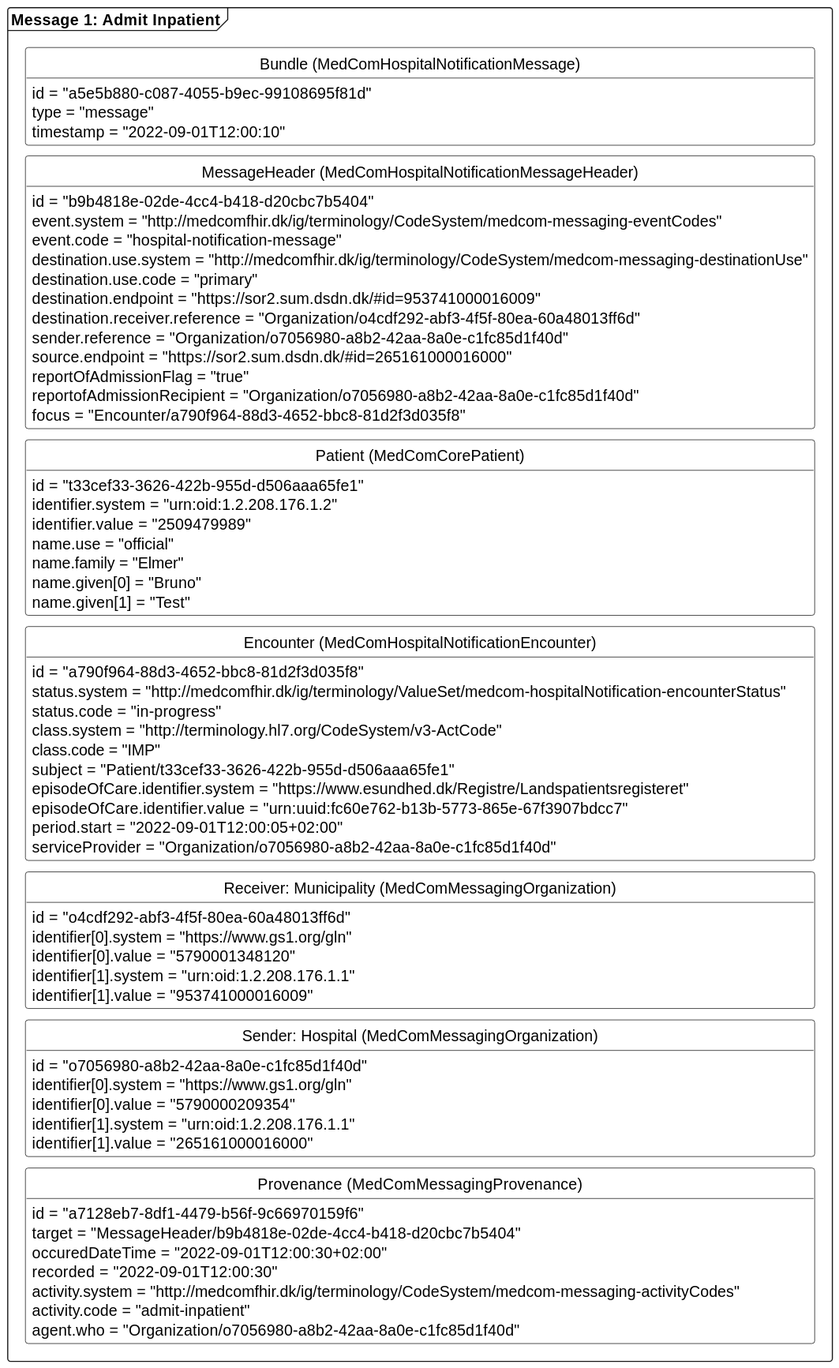
The PlantUML diagram docs/assets/images/HNAdmitInPat.svg in medcomdk/dk-medcom-hospitalnotification, before a commit.
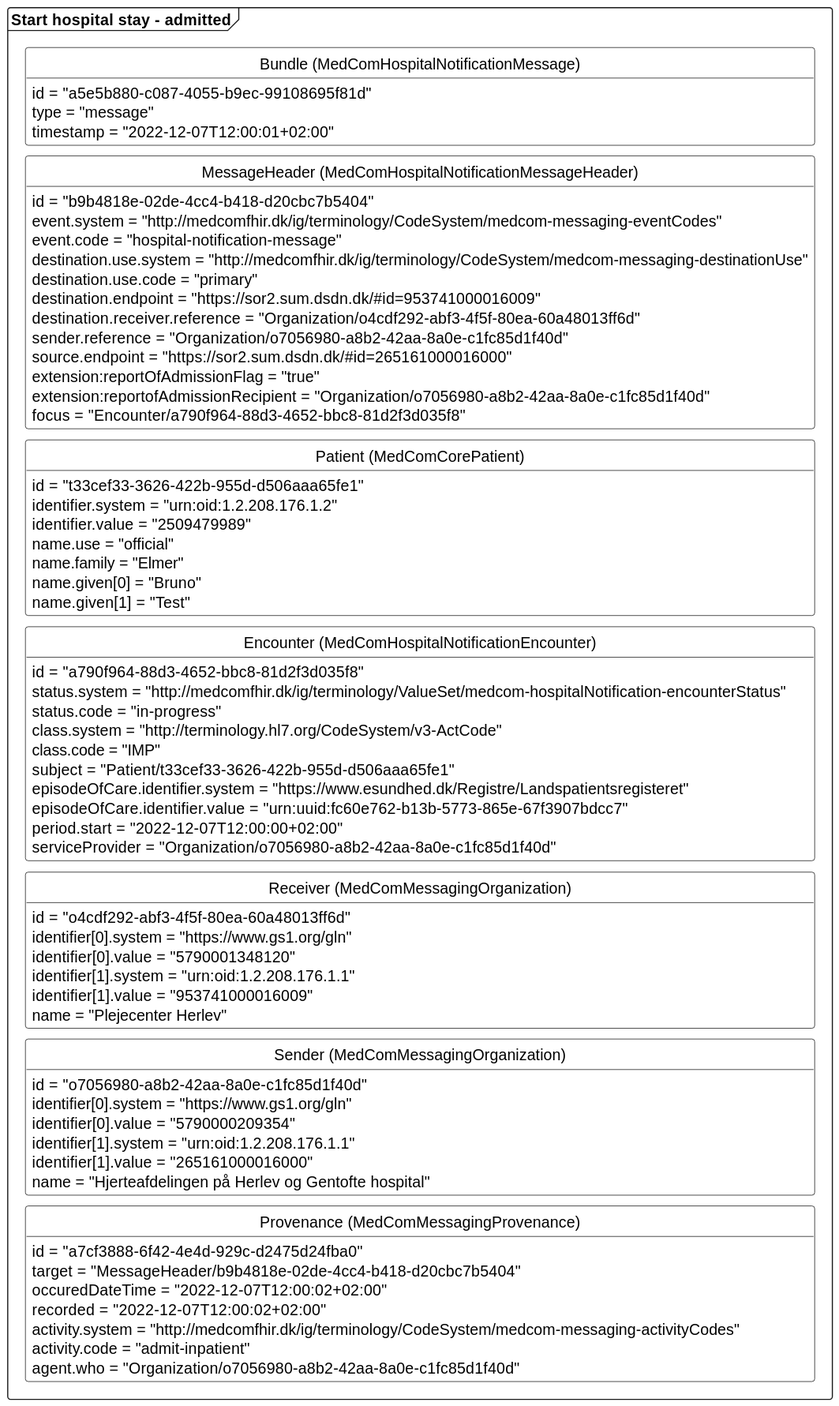
Later version of the same file.

Change to the diagram source:
```diff
@@ -10,11 +10,11 @@
 skinparam SameClassWidth true
 skinparam Ranksep 10
 
-package "Message 1: Admit Inpatient" as admit <<Frame>>{
-     class "Bundle (MedComHospitalNotificationMessage)" as admitB{
+package "Start hospital stay - admitted" as admit <<Frame>>{
+    class "Bundle (MedComHospitalNotificationMessage)" as admitB{
         id = "a5e5b880-c087-4055-b9ec-99108695f81d"
         type = "message"
-        timestamp = "2022-09-01T12:00:10"
+        timestamp = "2022-12-07T12:00:01+02:00"
     }
     class "MessageHeader (MedComHospitalNotificationMessageHeader)" as admitMH{
         id = "b9b4818e-02de-4cc4-b418-d20cbc7b5404"
@@ -26,8 +26,8 @@
         destination.receiver.reference = "Organization/o4cdf292-abf3-4f5f-80ea-60a48013ff6d"
         sender.reference = "Organization/o7056980-a8b2-42aa-8a0e-c1fc85d1f40d"
         source.endpoint = "https://sor2.sum.dsdn.dk/#id=265161000016000"
-        reportOfAdmissionFlag = "true"
-        reportofAdmissionRecipient = "Organization/o7056980-a8b2-42aa-8a0e-c1fc85d1f40d"
+        extension:reportOfAdmissionFlag = "true"
+        extension:reportofAdmissionRecipient = "Organization/o7056980-a8b2-42aa-8a0e-c1fc85d1f40d"
         focus = "Encounter/a790f964-88d3-4652-bbc8-81d2f3d035f8"
     }
     class "Patient (MedComCorePatient)" as admitPT{
@@ -48,28 +48,30 @@
         subject = "Patient/t33cef33-3626-422b-955d-d506aaa65fe1"
         episodeOfCare.identifier.system = "https://www.esundhed.dk/Registre/Landspatientsregisteret"
         episodeOfCare.identifier.value = "urn:uuid:fc60e762-b13b-5773-865e-67f3907bdcc7"
-        period.start = "2022-09-01T12:00:05+02:00"
+        period.start = "2022-12-07T12:00:00+02:00"
         serviceProvider = "Organization/o7056980-a8b2-42aa-8a0e-c1fc85d1f40d"
     }
-    class "Receiver: Municipality (MedComMessagingOrganization)" as admitROrg{
+    class "Receiver (MedComMessagingOrganization)" as admitROrg{
         id = "o4cdf292-abf3-4f5f-80ea-60a48013ff6d"
         identifier[0].system = "https://www.gs1.org/gln"
         identifier[0].value = "5790001348120"
         identifier[1].system = "urn:oid:1.2.208.176.1.1"
         identifier[1].value = "953741000016009"
+        name = "Plejecenter Herlev"
     }
-    class "Sender: Hospital (MedComMessagingOrganization)" as admitSOrg{
+    class "Sender (MedComMessagingOrganization)" as admitSOrg{
         id = "o7056980-a8b2-42aa-8a0e-c1fc85d1f40d"
         identifier[0].system = "https://www.gs1.org/gln"
         identifier[0].value = "5790000209354"
         identifier[1].system = "urn:oid:1.2.208.176.1.1"
         identifier[1].value = "265161000016000"
+        name = "Hjerteafdelingen på Herlev og Gentofte hospital"
     }
-    class "Provenance  (MedComMessagingProvenance)" as admitPRO{
-        id = "a7128eb7-8df1-4479-b56f-9c66970159f6"
+    class "Provenance (MedComMessagingProvenance)" as admitPRO{
+        id = "a7cf3888-6f42-4e4d-929c-d2475d24fba0"
         target = "MessageHeader/b9b4818e-02de-4cc4-b418-d20cbc7b5404"
-        occuredDateTime = "2022-09-01T12:00:30+02:00"
-        recorded = "2022-09-01T12:00:30"
+        occuredDateTime = "2022-12-07T12:00:02+02:00"
+        recorded = "2022-12-07T12:00:02+02:00"
         activity.system = "http://medcomfhir.dk/ig/terminology/CodeSystem/medcom-messaging-activityCodes"
         activity.code = "admit-inpatient"
         agent.who = "Organization/o7056980-a8b2-42aa-8a0e-c1fc85d1f40d"
@@ -83,4 +85,6 @@
 admitSOrg-[hidden]-admitPRO
 }
 
+
+
 @enduml
```
